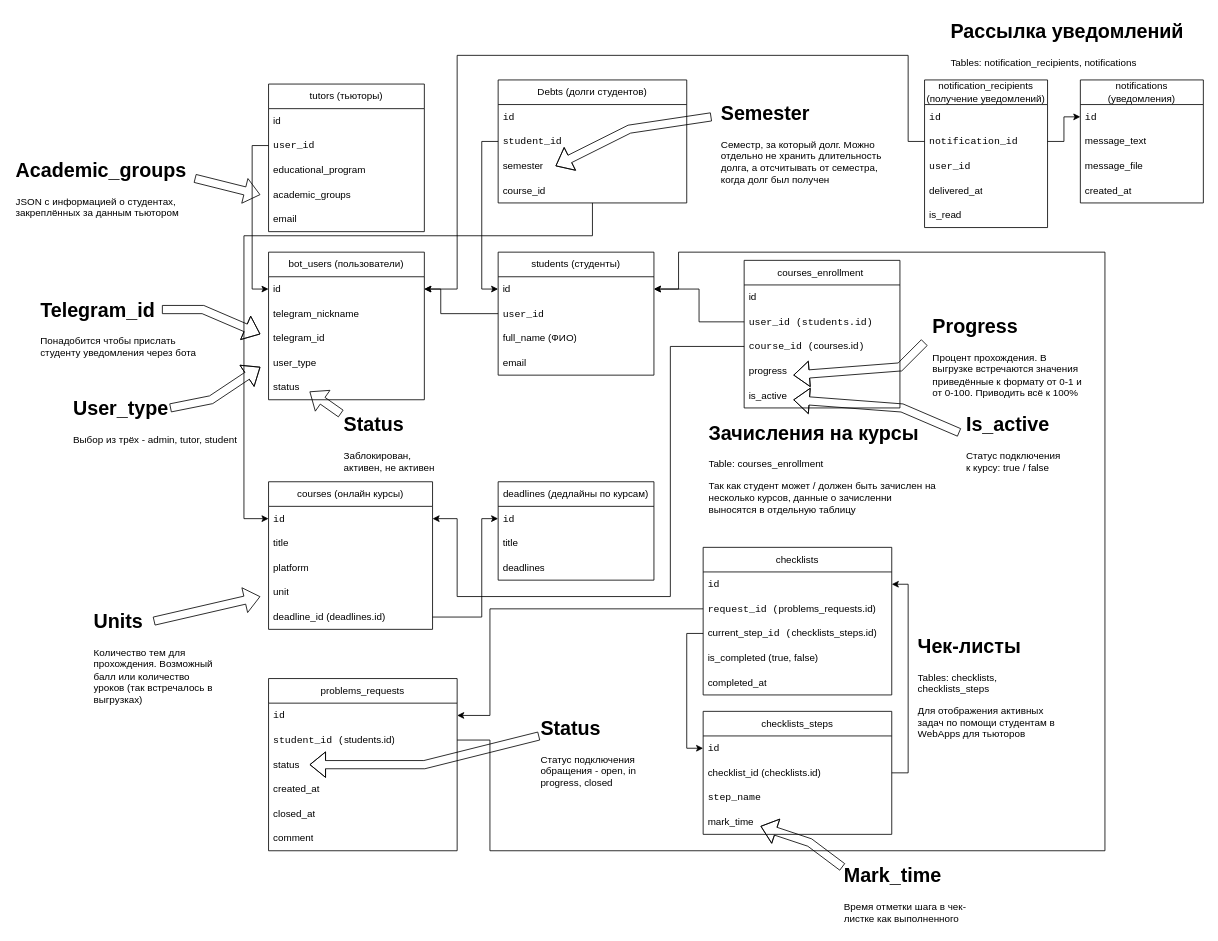
The draw.io diagram Accompanying students.drawio in GeekNekoS/Draw_io, before the edit. Source tidied: cells renumbered, new cells numbered last; positions are measured from the earlier drawing's top-left corner, leaving out a move shared by most shapes. Both pictures are drawn from the tidied source at 82%, with x=0, y=0 at pixel (14, 14).
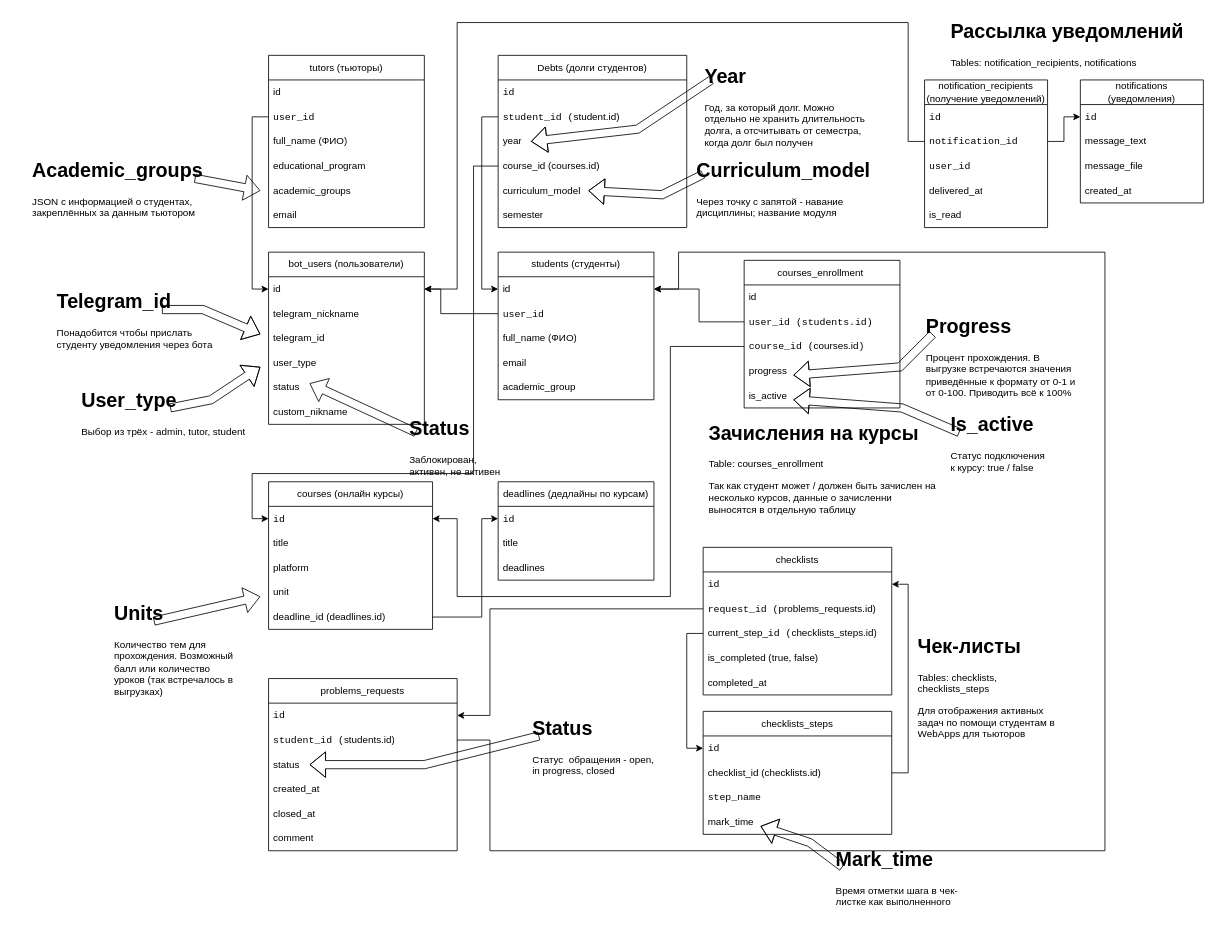
After the change.

Unchanged cells that the change refers to:
```xml
<mxCell id="3" value="&lt;code&gt;id &lt;/code&gt;" style="text;strokeColor=none;fillColor=none;align=left;verticalAlign=middle;spacingLeft=4;spacingRight=4;overflow=hidden;points=[[0,0.5],[1,0.5]];portConstraint=eastwest;whiteSpace=wrap;html=1;" parent="2" vertex="1">
  <mxGeometry y="30" width="200" height="30" as="geometry" />
</mxCell>
<mxCell id="27" value="id " style="text;strokeColor=none;fillColor=none;align=left;verticalAlign=middle;spacingLeft=4;spacingRight=4;overflow=hidden;points=[[0,0.5],[1,0.5]];portConstraint=eastwest;whiteSpace=wrap;html=1;" parent="26" vertex="1">
  <mxGeometry y="30" width="190" height="30" as="geometry" />
</mxCell>
<mxCell id="97" value="&lt;code&gt;notification_id&lt;/code&gt; " style="text;strokeColor=none;fillColor=none;align=left;verticalAlign=middle;spacingLeft=4;spacingRight=4;overflow=hidden;points=[[0,0.5],[1,0.5]];portConstraint=eastwest;whiteSpace=wrap;html=1;" parent="95" vertex="1">
  <mxGeometry y="60" width="150" height="30" as="geometry" />
</mxCell>
```

What changed in the source:
```diff
@@
     <mxCell id="26" value="bot_users (пользователи)" style="swimlane;fontStyle=0;horizontal=1;startSize=30;whiteSpace=wrap;html=1;" parent="1" vertex="1">
-      <mxGeometry x="310" y="290" width="190" height="180" as="geometry" />
+      <mxGeometry x="310" y="290" width="190" height="210" as="geometry" />
     </mxCell>
@@
+    <mxCell id="74" style="shape=flexArrow;endArrow=classic;html=1;rounded=0;" parent="26" edge="1">
+      <mxGeometry relative="1" as="geometry">
+        <mxPoint x="180" y="220" as="sourcePoint" />
+        <mxPoint x="50" y="160" as="targetPoint" />
+      </mxGeometry>
+    </mxCell>
+    <mxCell id="105" value="custom_nikname" style="text;strokeColor=none;fillColor=none;align=left;verticalAlign=middle;spacingLeft=4;spacingRight=4;overflow=hidden;whiteSpace=wrap;html=1;" parent="26" vertex="1">
+      <mxGeometry y="180" width="190" height="30" as="geometry" />
+    </mxCell>
     <mxCell id="32" value="students (студенты)" style="swimlane;fontStyle=0;horizontal=1;startSize=30;whiteSpace=wrap;html=1;" parent="1" vertex="1">
-      <mxGeometry x="590" y="290" width="190" height="150" as="geometry" />
+      <mxGeometry x="590" y="290" width="190" height="180" as="geometry" />
     </mxCell>
@@
+    <mxCell id="106" value="&lt;span style=&quot;white-space: pre-wrap;&quot; class=&quot;EzKURWReUAB5oZgtQNkl&quot;&gt;academic&lt;/span&gt;_&lt;span style=&quot;white-space: pre-wrap;&quot; class=&quot;EzKURWReUAB5oZgtQNkl&quot;&gt;group&lt;/span&gt;" style="text;strokeColor=none;fillColor=none;align=left;verticalAlign=middle;spacingLeft=4;spacingRight=4;overflow=hidden;whiteSpace=wrap;html=1;" parent="32" vertex="1">
+      <mxGeometry y="150" width="190" height="30" as="geometry" />
+    </mxCell>
@@
     <mxCell id="40" value="&lt;h1 style=&quot;margin-top: 0px;&quot;&gt;Mark_&lt;span style=&quot;white-space: pre-wrap;&quot; class=&quot;EzKURWReUAB5oZgtQNkl&quot;&gt;time&lt;/span&gt;&lt;/h1&gt;&lt;div&gt;Время отметки шага в чек-листке как выполненного&lt;br&gt;&lt;/div&gt;" style="text;html=1;whiteSpace=wrap;overflow=hidden;rounded=0;" parent="1" vertex="1">
-      <mxGeometry x="1010" y="1030" width="170" height="80" as="geometry" />
+      <mxGeometry x="1000" y="1010" width="170" height="80" as="geometry" />
     </mxCell>
     <mxCell id="41" value="&lt;h1 style=&quot;margin-top: 0px;&quot;&gt;User_type&lt;/h1&gt;Выбор из трёх - admin, tutor, student" style="text;html=1;whiteSpace=wrap;overflow=hidden;rounded=0;" parent="1" vertex="1">
-      <mxGeometry x="70" y="460" width="215" height="70" as="geometry" />
+      <mxGeometry x="80" y="450" width="215" height="70" as="geometry" />
     </mxCell>
     <mxCell id="42" value="&lt;h1 style=&quot;margin-top: 0px;&quot;&gt;Progress&lt;/h1&gt;Процент прохождения. В выгрузке встречаются значения приведённые к формату от 0-1 и от 0-100. Приводить всё к 100%" style="text;html=1;whiteSpace=wrap;overflow=hidden;rounded=0;" parent="1" vertex="1">
-      <mxGeometry x="1117.5" y="360" width="192.5" height="120" as="geometry" />
+      <mxGeometry x="1110" y="360" width="192.5" height="120" as="geometry" />
     </mxCell>
     <mxCell id="43" value="&lt;h1 style=&quot;margin-top: 0px;&quot;&gt;Telegram_id &lt;/h1&gt;Понадобится чтобы прислать студенту уведомления через бота " style="text;html=1;whiteSpace=wrap;overflow=hidden;rounded=0;" parent="1" vertex="1">
-      <mxGeometry x="30" y="340" width="215" height="90" as="geometry" />
+      <mxGeometry x="50" y="330" width="215" height="90" as="geometry" />
     </mxCell>
@@
-    <mxCell id="47" value="&lt;h1 style=&quot;margin-top: 0px;&quot;&gt;Status&lt;/h1&gt;Статус подключения обращения -&amp;nbsp;open, in progress, closed " style="text;html=1;whiteSpace=wrap;overflow=hidden;rounded=0;" parent="1" vertex="1">
-      <mxGeometry x="640" y="850" width="150" height="100" as="geometry" />
+    <mxCell id="47" value="&lt;h1 style=&quot;margin-top: 0px;&quot;&gt;Status&lt;/h1&gt;Статус&amp;nbsp; обращения -&amp;nbsp;open, in progress, closed " style="text;html=1;whiteSpace=wrap;overflow=hidden;rounded=0;" parent="1" vertex="1">
+      <mxGeometry x="630" y="850" width="160" height="100" as="geometry" />
     </mxCell>
     <mxCell id="48" value="Debts (долги студентов)" style="swimlane;fontStyle=0;horizontal=1;startSize=30;whiteSpace=wrap;html=1;" parent="1" vertex="1">
-      <mxGeometry x="590" y="80" width="230" height="150" as="geometry" />
+      <mxGeometry x="590" y="50" width="230" height="210" as="geometry" />
     </mxCell>
@@
     <mxCell id="50" style="shape=flexArrow;endArrow=classic;html=1;rounded=0;" parent="48" edge="1">
       <mxGeometry relative="1" as="geometry">
-        <mxPoint x="260" y="45" as="sourcePoint" />
-        <mxPoint x="70" y="105" as="targetPoint" />
+        <mxPoint x="260" y="30" as="sourcePoint" />
+        <mxPoint x="40" y="105" as="targetPoint" />
         <Array as="points">
-          <mxPoint x="160" y="60" />
+          <mxPoint x="170" y="90" />
         </Array>
       </mxGeometry>
     </mxCell>
-    <mxCell id="51" value="&lt;code&gt;student_id&lt;/code&gt;" style="text;strokeColor=none;fillColor=none;align=left;verticalAlign=middle;spacingLeft=4;spacingRight=4;overflow=hidden;points=[[0,0.5],[1,0.5]];portConstraint=eastwest;whiteSpace=wrap;html=1;" parent="48" vertex="1">
+    <mxCell id="51" value="&lt;code&gt;student_id (&lt;/code&gt;student.id) " style="text;strokeColor=none;fillColor=none;align=left;verticalAlign=middle;spacingLeft=4;spacingRight=4;overflow=hidden;points=[[0,0.5],[1,0.5]];portConstraint=eastwest;whiteSpace=wrap;html=1;" parent="48" vertex="1">
       <mxGeometry y="60" width="230" height="30" as="geometry" />
     </mxCell>
+    <mxCell id="107" value="&lt;span class=&quot;EzKURWReUAB5oZgtQNkl&quot; style=&quot;white-space: pre-wrap;&quot;&gt;year&lt;/span&gt;" style="text;strokeColor=none;fillColor=none;align=left;verticalAlign=middle;spacingLeft=4;spacingRight=4;overflow=hidden;whiteSpace=wrap;html=1;" parent="48" vertex="1">
+      <mxGeometry y="90" width="230" height="30" as="geometry" />
+    </mxCell>
+    <mxCell id="53" value="course_id (courses.id)" style="text;strokeColor=none;fillColor=none;align=left;verticalAlign=middle;spacingLeft=4;spacingRight=4;overflow=hidden;points=[[0,0.5],[1,0.5]];portConstraint=eastwest;whiteSpace=wrap;html=1;" parent="48" vertex="1">
+      <mxGeometry y="120" width="230" height="30" as="geometry" />
+    </mxCell>
+    <mxCell id="108" value="&lt;span class=&quot;EzKURWReUAB5oZgtQNkl&quot; style=&quot;white-space: pre-wrap;&quot;&gt;curriculum_&lt;/span&gt;&lt;span class=&quot;EzKURWReUAB5oZgtQNkl&quot; style=&quot;white-space: pre-wrap;&quot;&gt;model&lt;/span&gt;" style="text;strokeColor=none;fillColor=none;align=left;verticalAlign=middle;spacingLeft=4;spacingRight=4;overflow=hidden;whiteSpace=wrap;html=1;" parent="48" vertex="1">
+      <mxGeometry y="150" width="230" height="30" as="geometry" />
+    </mxCell>
     <mxCell id="52" value="semester" style="text;strokeColor=none;fillColor=none;align=left;verticalAlign=middle;spacingLeft=4;spacingRight=4;overflow=hidden;whiteSpace=wrap;html=1;" parent="48" vertex="1">
-      <mxGeometry y="90" width="230" height="30" as="geometry" />
+      <mxGeometry y="180" width="230" height="30" as="geometry" />
     </mxCell>
-    <mxCell id="53" value="course_id" style="text;strokeColor=none;fillColor=none;align=left;verticalAlign=middle;spacingLeft=4;spacingRight=4;overflow=hidden;points=[[0,0.5],[1,0.5]];portConstraint=eastwest;whiteSpace=wrap;html=1;" parent="48" vertex="1">
-      <mxGeometry y="120" width="230" height="30" as="geometry" />
-    </mxCell>
@@
-    <mxCell id="55" value="&lt;h1 style=&quot;margin-top: 0px;&quot;&gt;Semester&lt;/h1&gt;Семестр, за который долг. Можно отдельно не хранить длительность долга, а отсчитывать от семестра, когда долг был получен" style="text;html=1;whiteSpace=wrap;overflow=hidden;rounded=0;" parent="1" vertex="1">
-      <mxGeometry x="860" y="100" width="215" height="120" as="geometry" />
+    <mxCell id="55" value="&lt;h1 style=&quot;margin-top: 0px;&quot;&gt;&lt;span class=&quot;EzKURWReUAB5oZgtQNkl&quot; style=&quot;white-space: pre-wrap;&quot;&gt;Year&lt;/span&gt;&lt;/h1&gt;Год, за который долг. Можно отдельно не хранить длительность долга, а отсчитывать от семестра, когда долг был получен" style="text;html=1;whiteSpace=wrap;overflow=hidden;rounded=0;" parent="1" vertex="1">
+      <mxGeometry x="840" y="55" width="212.5" height="115" as="geometry" />
     </mxCell>
     <mxCell id="56" value="&lt;h1 style=&quot;margin-top: 0px;&quot;&gt;Units&lt;/h1&gt;Количество тем для прохождения. Возможный балл или количество уроков (так встречалось в выгрузках)" style="text;html=1;whiteSpace=wrap;overflow=hidden;rounded=0;" parent="1" vertex="1">
-      <mxGeometry x="95" y="720" width="150" height="130" as="geometry" />
+      <mxGeometry x="120" y="710" width="150" height="130" as="geometry" />
     </mxCell>
@@
     <mxCell id="58" value="&lt;h1 style=&quot;margin-top: 0px;&quot;&gt;Status&lt;/h1&gt;Заблокирован, активен, не активен" style="text;html=1;whiteSpace=wrap;overflow=hidden;rounded=0;" parent="1" vertex="1">
-      <mxGeometry x="400" y="480" width="130" height="80" as="geometry" />
+      <mxGeometry x="480" y="485" width="130" height="80" as="geometry" />
     </mxCell>
@@
     <mxCell id="64" value="tutors (тьюторы)" style="swimlane;fontStyle=0;horizontal=1;startSize=30;whiteSpace=wrap;html=1;" parent="1" vertex="1">
-      <mxGeometry x="310" y="85" width="190" height="180" as="geometry" />
+      <mxGeometry x="310" y="50" width="190" height="210" as="geometry" />
     </mxCell>
@@
+    <mxCell id="109" value="full_name (ФИО)" style="text;strokeColor=none;fillColor=none;align=left;verticalAlign=middle;spacingLeft=4;spacingRight=4;overflow=hidden;whiteSpace=wrap;html=1;" parent="64" vertex="1">
+      <mxGeometry y="90" width="190" height="30" as="geometry" />
+    </mxCell>
     <mxCell id="67" value="&lt;span style=&quot;white-space: pre-wrap;&quot; class=&quot;EzKURWReUAB5oZgtQNkl&quot;&gt;educational&lt;/span&gt;_&lt;span style=&quot;white-space: pre-wrap;&quot; class=&quot;EzKURWReUAB5oZgtQNkl&quot;&gt;program&lt;/span&gt;" style="text;strokeColor=none;fillColor=none;align=left;verticalAlign=middle;spacingLeft=4;spacingRight=4;overflow=hidden;whiteSpace=wrap;html=1;" parent="64" vertex="1">
-      <mxGeometry y="90" width="190" height="30" as="geometry" />
+      <mxGeometry y="120" width="190" height="30" as="geometry" />
     </mxCell>
     <mxCell id="68" value="&lt;span style=&quot;white-space: pre-wrap;&quot; class=&quot;EzKURWReUAB5oZgtQNkl&quot;&gt;academic&lt;/span&gt;_&lt;span style=&quot;white-space: pre-wrap;&quot; class=&quot;EzKURWReUAB5oZgtQNkl&quot;&gt;groups&lt;/span&gt;" style="text;strokeColor=none;fillColor=none;align=left;verticalAlign=middle;spacingLeft=4;spacingRight=4;overflow=hidden;whiteSpace=wrap;html=1;" parent="64" vertex="1">
-      <mxGeometry y="120" width="190" height="30" as="geometry" />
+      <mxGeometry y="150" width="190" height="30" as="geometry" />
     </mxCell>
     <mxCell id="69" value="email" style="text;strokeColor=none;fillColor=none;align=left;verticalAlign=middle;spacingLeft=4;spacingRight=4;overflow=hidden;whiteSpace=wrap;html=1;" parent="64" vertex="1">
-      <mxGeometry y="150" width="190" height="30" as="geometry" />
+      <mxGeometry y="180" width="190" height="30" as="geometry" />
     </mxCell>
@@
     <mxCell id="71" value="&lt;h1 style=&quot;margin-top: 0px;&quot;&gt;&lt;span style=&quot;white-space: pre-wrap;&quot; class=&quot;EzKURWReUAB5oZgtQNkl&quot;&gt;Academic&lt;/span&gt;_&lt;span style=&quot;white-space: pre-wrap;&quot; class=&quot;EzKURWReUAB5oZgtQNkl&quot;&gt;groups&lt;/span&gt;&lt;/h1&gt;JSON с информацией о студентах, закреплённых за данным тьютором" style="text;html=1;whiteSpace=wrap;overflow=hidden;rounded=0;" parent="1" vertex="1">
-      <mxGeometry y="170" width="215" height="90" as="geometry" />
+      <mxGeometry x="20" y="170" width="215" height="90" as="geometry" />
     </mxCell>
     <mxCell id="72" style="shape=flexArrow;endArrow=classic;html=1;rounded=0;" parent="1" edge="1">
       <mxGeometry relative="1" as="geometry">
         <mxPoint x="220" y="200" as="sourcePoint" />
-        <mxPoint x="300" y="220" as="targetPoint" />
+        <mxPoint x="300" y="215" as="targetPoint" />
       </mxGeometry>
     </mxCell>
-    <mxCell id="73" style="edgeStyle=orthogonalEdgeStyle;rounded=0;jettySize=auto;html=1;entryX=0;entryY=0.5;entryDx=0;entryDy=0;" parent="1" edge="1" source="53" target="3">
-      <mxGeometry relative="1" as="geometry">
-        <Array as="points">
-          <mxPoint x="705" y="270" />
-          <mxPoint x="280" y="270" />
-          <mxPoint x="280" y="615" />
-        </Array>
-      </mxGeometry>
-    </mxCell>
-    <mxCell id="74" style="shape=flexArrow;endArrow=classic;html=1;rounded=0;exitX=-0.012;exitY=0.088;exitDx=0;exitDy=0;exitPerimeter=0;" parent="1" edge="1" source="58">
-      <mxGeometry relative="1" as="geometry">
-        <mxPoint x="360" y="460" as="targetPoint" />
-      </mxGeometry>
-    </mxCell>
@@
     <mxCell id="90" style="shape=flexArrow;endArrow=classic;html=1;rounded=0;" parent="1" edge="1">
       <mxGeometry relative="1" as="geometry">
-        <mxPoint x="1110" y="400" as="sourcePoint" />
+        <mxPoint x="1120" y="390" as="sourcePoint" />
         <mxPoint x="950" y="440" as="targetPoint" />
         <Array as="points">
           <mxPoint x="1080" y="430" />
         </Array>
       </mxGeometry>
     </mxCell>
     <mxCell id="91" value="&lt;h1 style=&quot;margin-top: 0px;&quot;&gt;Is_active&lt;/h1&gt;Статус подключения к курсу: true / false" style="text;html=1;whiteSpace=wrap;overflow=hidden;rounded=0;" parent="1" vertex="1">
-      <mxGeometry x="1158.8" y="480" width="120" height="90" as="geometry" />
+      <mxGeometry x="1140" y="480" width="120" height="90" as="geometry" />
     </mxCell>
@@
     <mxCell id="101" style="edgeStyle=orthogonalEdgeStyle;rounded=0;jettySize=auto;html=1;entryX=1;entryY=0.5;entryDx=0;entryDy=0;exitX=0;exitY=0.5;exitDx=0;exitDy=0;" parent="1" edge="1" source="97" target="27">
       <mxGeometry relative="1" as="geometry">
         <Array as="points">
           <mxPoint x="1090" y="155" />
-          <mxPoint x="1090" y="50" />
-          <mxPoint x="540" y="50" />
+          <mxPoint x="1090" y="10" />
+          <mxPoint x="540" y="10" />
           <mxPoint x="540" y="335" />
         </Array>
       </mxGeometry>
     </mxCell>
@@
+    <mxCell id="73" style="edgeStyle=orthogonalEdgeStyle;rounded=0;jettySize=auto;html=1;entryX=0;entryY=0.5;entryDx=0;entryDy=0;" parent="1" edge="1" source="53" target="3">
+      <mxGeometry relative="1" as="geometry">
+        <Array as="points">
+          <mxPoint x="560" y="185" />
+          <mxPoint x="560" y="560" />
+          <mxPoint x="290" y="560" />
+          <mxPoint x="290" y="615" />
+        </Array>
+      </mxGeometry>
+    </mxCell>
+    <mxCell id="110" value="&lt;h1 style=&quot;margin-top: 0px;&quot;&gt;C&lt;span class=&quot;EzKURWReUAB5oZgtQNkl&quot; style=&quot;white-space: pre-wrap;&quot;&gt;urriculum_&lt;/span&gt;&lt;span class=&quot;EzKURWReUAB5oZgtQNkl&quot; style=&quot;white-space: pre-wrap;&quot;&gt;model&lt;/span&gt;&lt;/h1&gt;Через точку с запятой - навание дисциплины; название модуля" style="text;html=1;whiteSpace=wrap;overflow=hidden;rounded=0;" parent="1" vertex="1">
+      <mxGeometry x="830" y="170" width="215" height="80" as="geometry" />
+    </mxCell>
+    <mxCell id="111" style="shape=flexArrow;endArrow=classic;html=1;rounded=0;" parent="1" edge="1">
+      <mxGeometry relative="1" as="geometry">
+        <mxPoint x="840" y="195" as="sourcePoint" />
+        <mxPoint x="700" y="215" as="targetPoint" />
+        <Array as="points">
+          <mxPoint x="790" y="220" />
+        </Array>
+      </mxGeometry>
+    </mxCell>
```
